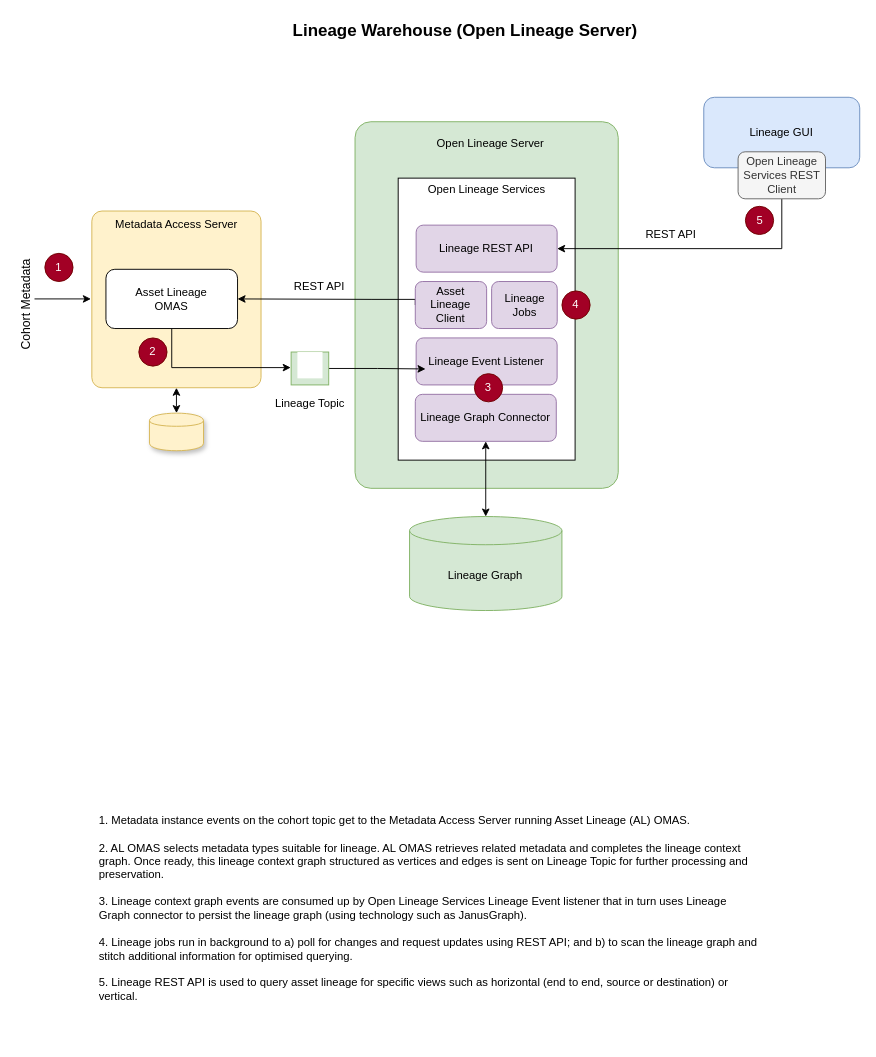
odpi/egeria-docs keeps this draw.io diagram as page "lineage-warehouse" (2 of 4) of site/docs/features/lineage-management/open-lineage-server.drawio. Above is the earlier version. Source tidied: cells renumbered, new cells numbered last; positions are measured from the earlier drawing's top-left corner, leaving out a move shared by most shapes. Both pictures are drawn from the tidied source at 94%, with x=0, y=0 at pixel (-26, 16).
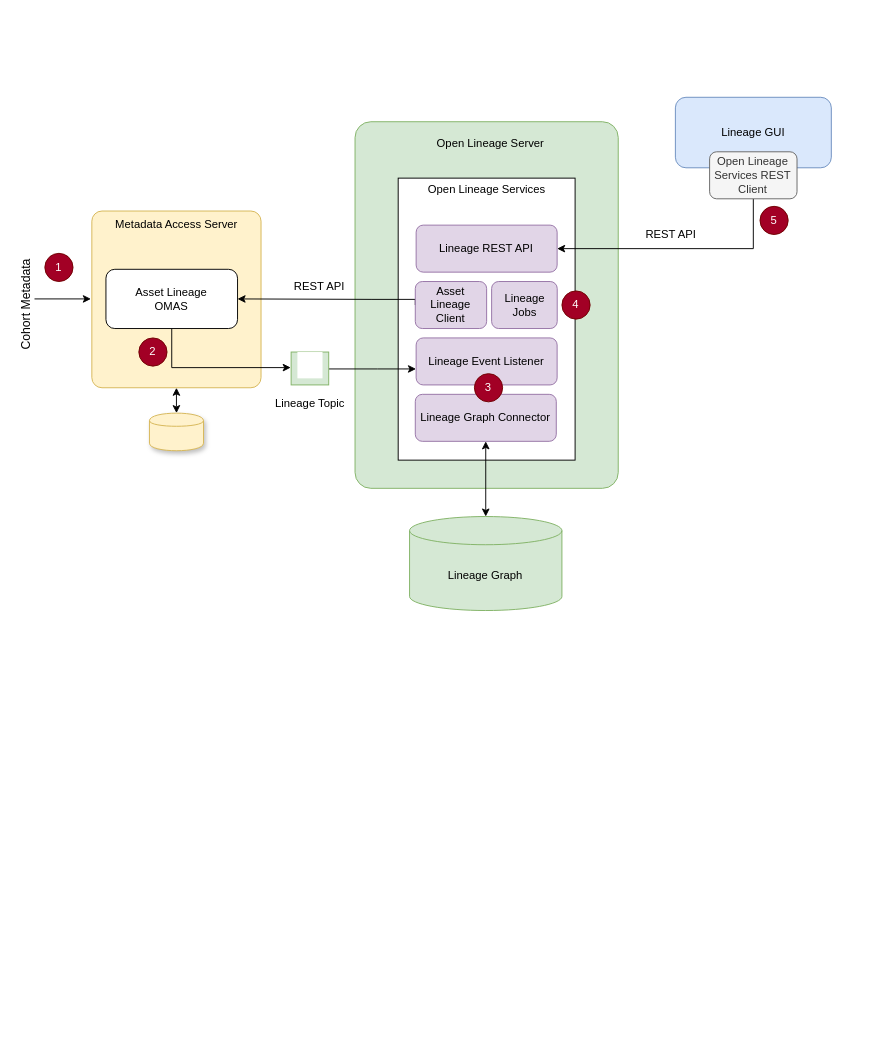
Above is the later version.

Commit message (it also covers changes not shown here):
Add Open lineage server sections in docs

The change refers to these unchanged cells:
```xml
<mxCell id="15" value="Lineage REST API" style="rounded=1;whiteSpace=wrap;html=1;fillColor=#e1d5e7;strokeColor=#9673a6;" parent="1" vertex="1">
  <mxGeometry x="470.2" y="222" width="150" height="50" as="geometry" />
</mxCell>
<mxCell id="19" value="Lineage Event Listener" style="rounded=1;whiteSpace=wrap;html=1;fillColor=#e1d5e7;strokeColor=#9673a6;" parent="1" vertex="1">
  <mxGeometry x="470.2" y="342" width="150" height="50" as="geometry" />
</mxCell>
<mxCell id="23" style="rounded=0;whiteSpace=wrap;html=1;fontFamily=Helvetica;fontSize=12;align=center;fillColor=#d5e8d4;strokeColor=#82b366;" parent="1" vertex="1">
  <mxGeometry x="337.2" y="357" width="40" height="35" as="geometry" />
</mxCell>
```

What changed in the source:
```diff
@@
     <mxCell id="16" value="Lineage GUI" style="rounded=1;whiteSpace=wrap;html=1;fillColor=#dae8fc;strokeColor=#6c8ebf;" parent="1" vertex="1">
-      <mxGeometry x="776.2" y="86" width="165.9" height="75" as="geometry" />
+      <mxGeometry x="746" y="86" width="165.9" height="75" as="geometry" />
     </mxCell>
     <mxCell id="17" style="edgeStyle=orthogonalEdgeStyle;rounded=0;jettySize=auto;html=1;exitX=0.5;exitY=1;exitDx=0;exitDy=0;entryX=1;entryY=0.5;entryDx=0;entryDy=0;startArrow=none;startFill=0;endArrow=classic;endFill=1;" parent="1" edge="1" source="18" target="15">
       <mxGeometry relative="1" as="geometry">
         <Array as="points">
-          <mxPoint x="859.2" y="247" />
+          <mxPoint x="829" y="247" />
         </Array>
       </mxGeometry>
     </mxCell>
     <mxCell id="18" value="Open Lineage Services REST Client" style="rounded=1;whiteSpace=wrap;html=1;fillColor=#f5f5f5;strokeColor=#666666;fontColor=#333333;" parent="1" vertex="1">
-      <mxGeometry x="812.7" y="144" width="93" height="50" as="geometry" />
+      <mxGeometry x="782.4" y="144" width="93" height="50" as="geometry" />
     </mxCell>
@@
-    <mxCell id="22" style="edgeStyle=orthogonalEdgeStyle;rounded=0;jettySize=auto;html=1;startArrow=none;startFill=0;endArrow=classic;endFill=1;strokeColor=default;" parent="1" edge="1" source="23">
+    <mxCell id="22" style="edgeStyle=orthogonalEdgeStyle;rounded=0;jettySize=auto;html=1;startArrow=none;startFill=0;endArrow=classic;endFill=1;strokeColor=default;entryX=-0.001;entryY=0.66;entryDx=0;entryDy=0;entryPerimeter=0;" parent="1" edge="1" source="23" target="19">
       <mxGeometry relative="1" as="geometry">
-        <mxPoint x="480.2" y="375" as="targetPoint" />
         <Array as="points">
-          <mxPoint x="429.2" y="375" />
-          <mxPoint x="480.2" y="375" />
+          <mxPoint x="429" y="375" />
         </Array>
       </mxGeometry>
     </mxCell>
@@
     <mxCell id="33" value="5" style="ellipse;whiteSpace=wrap;html=1;rounded=1;sketch=0;fillColor=#a20025;strokeColor=#6F0000;fontColor=#ffffff;" parent="1" vertex="1">
-      <mxGeometry x="820.5" y="202" width="30" height="30" as="geometry" />
+      <mxGeometry x="836" y="202" width="30" height="30" as="geometry" />
     </mxCell>
@@
-    <mxCell id="35" value="Lineage Warehouse (Open Lineage Server)" style="text;html=1;align=center;verticalAlign=middle;strokeColor=none;fontSize=18;fontStyle=1;" parent="1" vertex="1">
-      <mxGeometry x="332.2" width="380" height="30" as="geometry" />
-    </mxCell>
@@
-    <mxCell id="37" value="&lt;br&gt;&lt;br&gt;1. Metadata instance events on the cohort topic get to the Metadata Access Server running Asset Lineage (AL) OMAS.&amp;nbsp;&lt;br&gt;&lt;br&gt;2. AL OMAS selects metadata types suitable for lineage. AL OMAS retrieves related metadata and completes the lineage context graph. Once ready, this lineage context graph structured as vertices and edges is sent on Lineage Topic for further processing and preservation.&lt;br&gt;&lt;br&gt;3. Lineage context graph events are consumed up by Open Lineage Services Lineage Event listener that in turn uses Lineage Graph connector to persist the lineage graph (using technology such as JanusGraph).&lt;br&gt;&lt;br&gt;4. Lineage jobs run in background to a) poll for changes and request updates using REST API; and b) to scan the lineage graph and stitch additional information for optimised querying.&amp;nbsp;&lt;br&gt;&lt;br&gt;5. Lineage REST API is used to query asset lineage for specific views such as horizontal (end to end, source or destination) or vertical." style="text;html=1;strokeColor=none;fillColor=none;spacing=5;spacingTop=-20;whiteSpace=wrap;overflow=hidden;rounded=0;sketch=0;" parent="1" vertex="1">
-      <mxGeometry x="128" y="830" width="710.5" height="260" as="geometry" />
-    </mxCell>
+    <mxCell id="38" parent="0" />
```
